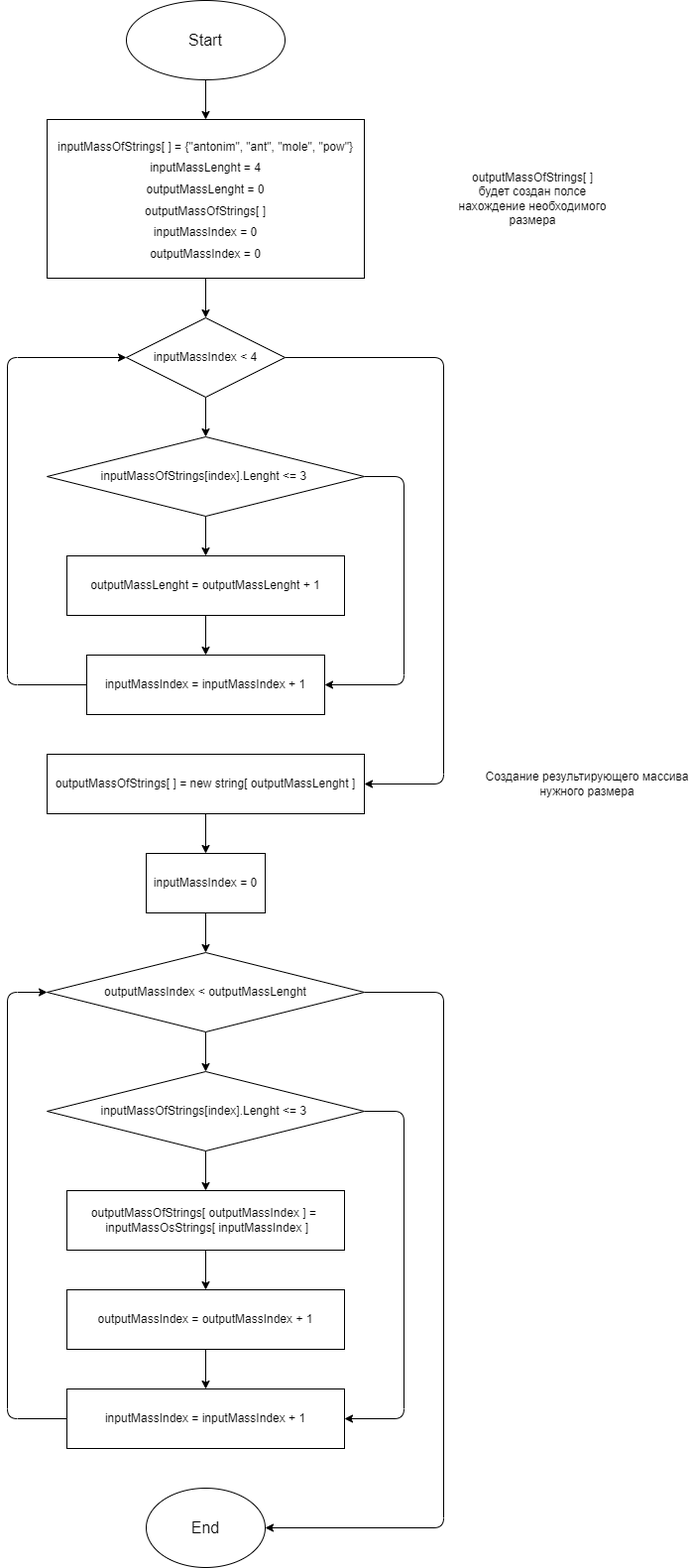
Before: Блок-схема.drawio.png, a diagram exported from draw.io (Chell406/Total-project-GB). Source tidied: cells renumbered, new cells last; positions are measured from the earlier drawing's top-left corner, leaving out a move shared by most shapes. Source of this version:
```xml
<mxGraphModel>
  <root>
    <mxCell id="0" />
    <mxCell id="1" parent="0" />
    <mxCell id="2" style="edgeStyle=none;html=1;fontSize=18;" parent="1" edge="1" source="3" target="5">
      <mxGeometry relative="1" as="geometry" />
    </mxCell>
    <mxCell id="3" value="&lt;font size=&quot;3&quot;&gt;Start&lt;/font&gt;" style="ellipse;whiteSpace=wrap;html=1;" parent="1" vertex="1">
      <mxGeometry x="120" width="160" height="80" as="geometry" />
    </mxCell>
    <mxCell id="4" style="edgeStyle=none;html=1;fontSize=12;" parent="1" edge="1" source="5" target="8">
      <mxGeometry relative="1" as="geometry" />
    </mxCell>
    <mxCell id="5" value="&lt;font style=&quot;font-size: 12px&quot;&gt;inputMassOfStrings[ ] = {&quot;antonim&quot;, &quot;ant&quot;, &quot;mole&quot;, &quot;pow&quot;}&lt;br&gt;inputMassLenght = 4&lt;br&gt;outputMassLenght = 0&lt;br&gt;outputMassOfStrings[ ]&lt;br&gt;inputMassIndex = 0&lt;br&gt;outputMassIndex = 0&lt;br&gt;&lt;/font&gt;" style="rounded=0;whiteSpace=wrap;html=1;fontSize=18;" parent="1" vertex="1">
      <mxGeometry x="40" y="120" width="320" height="160" as="geometry" />
    </mxCell>
    <mxCell id="6" style="edgeStyle=none;html=1;fontSize=12;" parent="1" edge="1" source="8" target="13">
      <mxGeometry relative="1" as="geometry" />
    </mxCell>
    <mxCell id="7" style="edgeStyle=none;html=1;fontSize=12;exitX=1;exitY=0.5;exitDx=0;exitDy=0;entryX=1;entryY=0.5;entryDx=0;entryDy=0;" parent="1" edge="1" source="8" target="17">
      <mxGeometry relative="1" as="geometry">
        <Array as="points">
          <mxPoint x="440" y="360" />
          <mxPoint x="440" y="790" />
        </Array>
      </mxGeometry>
    </mxCell>
    <mxCell id="8" value="inputMassIndex &amp;lt; 4" style="rhombus;whiteSpace=wrap;html=1;fontSize=12;" parent="1" vertex="1">
      <mxGeometry x="120" y="320" width="160" height="80" as="geometry" />
    </mxCell>
    <mxCell id="9" style="edgeStyle=none;html=1;entryX=0;entryY=0.5;entryDx=0;entryDy=0;fontSize=12;" parent="1" edge="1" source="10" target="8">
      <mxGeometry relative="1" as="geometry">
        <Array as="points">
          <mxPoint y="690" />
          <mxPoint y="360" />
        </Array>
      </mxGeometry>
    </mxCell>
    <mxCell id="10" value="inputMassIndex = inputMassIndex&amp;nbsp;+ 1" style="rounded=0;whiteSpace=wrap;html=1;fontSize=12;" parent="1" vertex="1">
      <mxGeometry x="80" y="660" width="240" height="60" as="geometry" />
    </mxCell>
    <mxCell id="11" style="edgeStyle=none;html=1;fontSize=12;" parent="1" edge="1" source="13" target="15">
      <mxGeometry relative="1" as="geometry" />
    </mxCell>
    <mxCell id="12" style="edgeStyle=none;html=1;entryX=1;entryY=0.5;entryDx=0;entryDy=0;fontSize=12;exitX=1;exitY=0.5;exitDx=0;exitDy=0;" parent="1" edge="1" source="13" target="10">
      <mxGeometry relative="1" as="geometry">
        <Array as="points">
          <mxPoint x="400" y="480" />
          <mxPoint x="400" y="690" />
        </Array>
      </mxGeometry>
    </mxCell>
    <mxCell id="13" value="&lt;span&gt;inputMassOfStrings[index].Lenght &amp;lt;= 3&amp;nbsp;&lt;/span&gt;" style="rhombus;whiteSpace=wrap;html=1;fontSize=12;" parent="1" vertex="1">
      <mxGeometry x="40" y="440" width="320" height="80" as="geometry" />
    </mxCell>
    <mxCell id="14" style="edgeStyle=none;html=1;fontSize=12;" parent="1" edge="1" source="15" target="10">
      <mxGeometry relative="1" as="geometry" />
    </mxCell>
    <mxCell id="15" value="outputMassLenght = outputMassLenght + 1" style="rounded=0;whiteSpace=wrap;html=1;fontSize=12;" parent="1" vertex="1">
      <mxGeometry x="60" y="560" width="280" height="60" as="geometry" />
    </mxCell>
    <mxCell id="16" style="edgeStyle=none;html=1;fontSize=12;" parent="1" edge="1" source="17" target="20">
      <mxGeometry relative="1" as="geometry" />
    </mxCell>
    <mxCell id="17" value="outputMassOfStrings[ ] = new string[ outputMassLenght ]" style="rounded=0;whiteSpace=wrap;html=1;fontSize=12;" parent="1" vertex="1">
      <mxGeometry x="40" y="760" width="320" height="60" as="geometry" />
    </mxCell>
    <mxCell id="18" value="Создание результирующего массива нужного размера" style="text;html=1;strokeColor=none;fillColor=none;align=center;verticalAlign=middle;whiteSpace=wrap;rounded=0;fontSize=12;" parent="1" vertex="1">
      <mxGeometry x="480" y="775" width="210" height="30" as="geometry" />
    </mxCell>
    <mxCell id="19" style="edgeStyle=none;html=1;fontSize=12;" parent="1" edge="1" source="20" target="23">
      <mxGeometry relative="1" as="geometry" />
    </mxCell>
    <mxCell id="20" value="inputMassIndex = 0" style="rounded=0;whiteSpace=wrap;html=1;fontSize=12;" parent="1" vertex="1">
      <mxGeometry x="140" y="860" width="120" height="60" as="geometry" />
    </mxCell>
    <mxCell id="21" style="edgeStyle=none;html=1;fontSize=12;" parent="1" edge="1" source="23" target="28">
      <mxGeometry relative="1" as="geometry" />
    </mxCell>
    <mxCell id="22" style="edgeStyle=none;html=1;fontSize=12;exitX=1;exitY=0.5;exitDx=0;exitDy=0;entryX=1;entryY=0.5;entryDx=0;entryDy=0;" parent="1" edge="1" source="23" target="34">
      <mxGeometry relative="1" as="geometry">
        <Array as="points">
          <mxPoint x="440" y="1000" />
          <mxPoint x="440" y="1540" />
        </Array>
      </mxGeometry>
    </mxCell>
    <mxCell id="23" value="outputMassIndex &amp;lt; outputMassLenght" style="rhombus;whiteSpace=wrap;html=1;fontSize=12;" parent="1" vertex="1">
      <mxGeometry x="40" y="960" width="320" height="80" as="geometry" />
    </mxCell>
    <mxCell id="24" style="edgeStyle=none;html=1;fontSize=12;" parent="1" edge="1" source="25" target="32">
      <mxGeometry relative="1" as="geometry" />
    </mxCell>
    <mxCell id="25" value="outputMassIndex = outputMassIndex + 1" style="rounded=0;whiteSpace=wrap;html=1;fontSize=12;" parent="1" vertex="1">
      <mxGeometry x="60" y="1300" width="280" height="60" as="geometry" />
    </mxCell>
    <mxCell id="26" style="edgeStyle=none;html=1;fontSize=12;" parent="1" edge="1" source="28" target="30">
      <mxGeometry relative="1" as="geometry" />
    </mxCell>
    <mxCell id="27" style="edgeStyle=none;html=1;entryX=1;entryY=0.5;entryDx=0;entryDy=0;fontSize=12;exitX=1;exitY=0.5;exitDx=0;exitDy=0;" parent="1" edge="1" source="28" target="32">
      <mxGeometry relative="1" as="geometry">
        <Array as="points">
          <mxPoint x="400" y="1120" />
          <mxPoint x="400" y="1430" />
        </Array>
      </mxGeometry>
    </mxCell>
    <mxCell id="28" value="&lt;span&gt;inputMassOfStrings[index].Lenght &amp;lt;= 3&amp;nbsp;&lt;/span&gt;" style="rhombus;whiteSpace=wrap;html=1;fontSize=12;" parent="1" vertex="1">
      <mxGeometry x="40" y="1080" width="320" height="80" as="geometry" />
    </mxCell>
    <mxCell id="29" style="edgeStyle=none;html=1;fontSize=12;" parent="1" edge="1" source="30" target="25">
      <mxGeometry relative="1" as="geometry" />
    </mxCell>
    <mxCell id="30" value="outputMassOfStrings[ outputMassIndex ] =&amp;nbsp; &amp;nbsp;inputMassOsStrings[ inputMassIndex ]" style="rounded=0;whiteSpace=wrap;html=1;fontSize=12;" parent="1" vertex="1">
      <mxGeometry x="60" y="1200" width="280" height="60" as="geometry" />
    </mxCell>
    <mxCell id="31" style="edgeStyle=none;html=1;entryX=0;entryY=0.5;entryDx=0;entryDy=0;fontSize=12;" parent="1" edge="1" source="32" target="23">
      <mxGeometry relative="1" as="geometry">
        <Array as="points">
          <mxPoint y="1430" />
          <mxPoint y="1000" />
        </Array>
      </mxGeometry>
    </mxCell>
    <mxCell id="32" value="inputMassIndex = inputMassIndex + 1" style="rounded=0;whiteSpace=wrap;html=1;fontSize=12;" parent="1" vertex="1">
      <mxGeometry x="60" y="1400" width="280" height="60" as="geometry" />
    </mxCell>
    <mxCell id="33" value="outputMassOfStrings[ ]&lt;br&gt;будет создан полсе нахождение необходимого размера" style="text;html=1;strokeColor=none;fillColor=none;align=center;verticalAlign=middle;whiteSpace=wrap;rounded=0;fontSize=12;" parent="1" vertex="1">
      <mxGeometry x="440" y="157.5" width="180" height="85" as="geometry" />
    </mxCell>
    <mxCell id="34" value="&lt;font size=&quot;3&quot;&gt;End&lt;/font&gt;" style="ellipse;whiteSpace=wrap;html=1;fontSize=12;" parent="1" vertex="1">
      <mxGeometry x="140" y="1500" width="120" height="80" as="geometry" />
    </mxCell>
  </root>
</mxGraphModel>
```
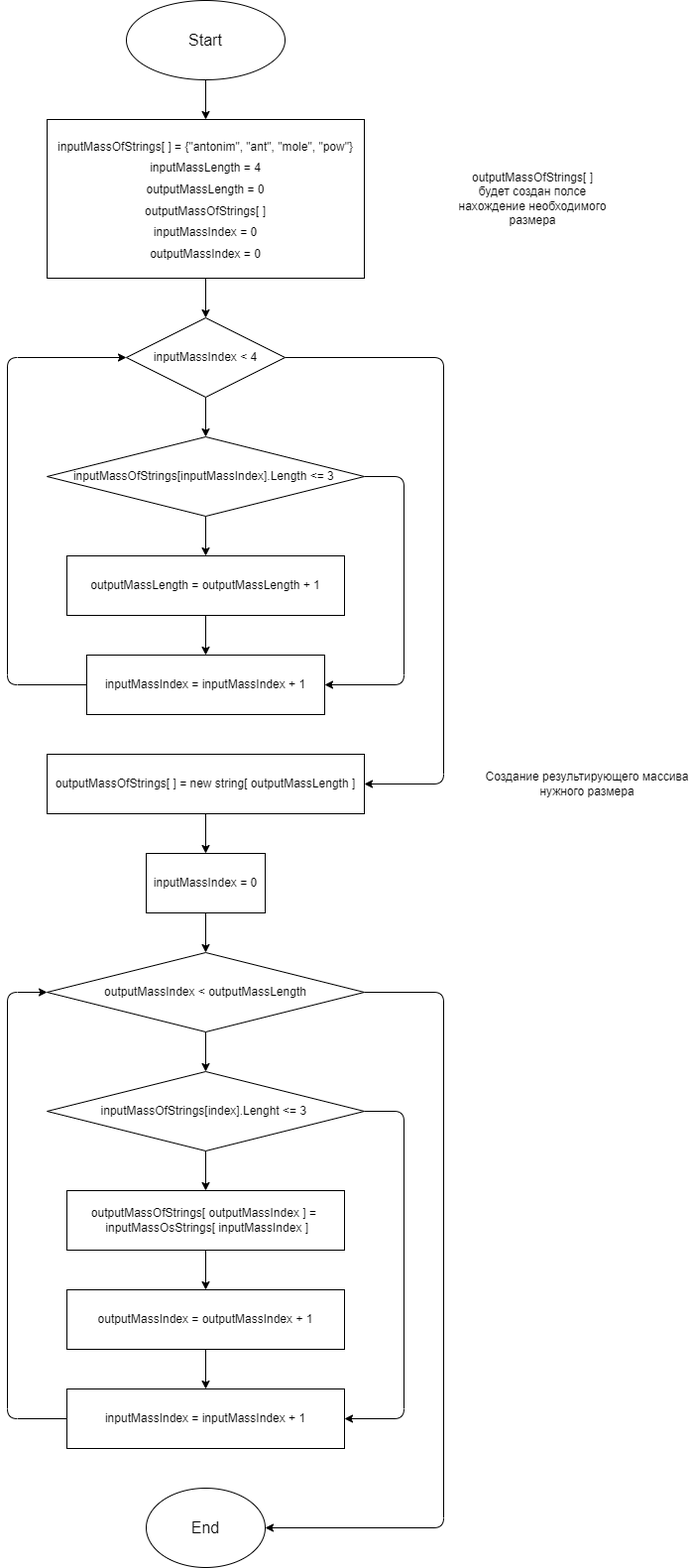
After the commit.

Commit message:
Исправил Lenght на Length в именах переменных

The edit, as a diff of the source:
```diff
@@ -11,7 +11,7 @@
     <mxCell id="4" style="edgeStyle=none;html=1;fontSize=12;" parent="1" edge="1" source="5" target="8">
       <mxGeometry relative="1" as="geometry" />
     </mxCell>
-    <mxCell id="5" value="&lt;font style=&quot;font-size: 12px&quot;&gt;inputMassOfStrings[ ] = {&quot;antonim&quot;, &quot;ant&quot;, &quot;mole&quot;, &quot;pow&quot;}&lt;br&gt;inputMassLenght = 4&lt;br&gt;outputMassLenght = 0&lt;br&gt;outputMassOfStrings[ ]&lt;br&gt;inputMassIndex = 0&lt;br&gt;outputMassIndex = 0&lt;br&gt;&lt;/font&gt;" style="rounded=0;whiteSpace=wrap;html=1;fontSize=18;" parent="1" vertex="1">
+    <mxCell id="5" value="&lt;font style=&quot;font-size: 12px&quot;&gt;inputMassOfStrings[ ] = {&quot;antonim&quot;, &quot;ant&quot;, &quot;mole&quot;, &quot;pow&quot;}&lt;br&gt;inputMassLength = 4&lt;br&gt;outputMassLength = 0&lt;br&gt;outputMassOfStrings[ ]&lt;br&gt;inputMassIndex = 0&lt;br&gt;outputMassIndex = 0&lt;br&gt;&lt;/font&gt;" style="rounded=0;whiteSpace=wrap;html=1;fontSize=18;" parent="1" vertex="1">
       <mxGeometry x="40" y="120" width="320" height="160" as="geometry" />
     </mxCell>
     <mxCell id="6" style="edgeStyle=none;html=1;fontSize=12;" parent="1" edge="1" source="8" target="13">
@@ -50,19 +50,19 @@
         </Array>
       </mxGeometry>
     </mxCell>
-    <mxCell id="13" value="&lt;span&gt;inputMassOfStrings[index].Lenght &amp;lt;= 3&amp;nbsp;&lt;/span&gt;" style="rhombus;whiteSpace=wrap;html=1;fontSize=12;" parent="1" vertex="1">
+    <mxCell id="13" value="&lt;span&gt;inputMassOfStrings[inputMassIndex].Length &amp;lt;= 3&amp;nbsp;&lt;/span&gt;" style="rhombus;whiteSpace=wrap;html=1;fontSize=12;" parent="1" vertex="1">
       <mxGeometry x="40" y="440" width="320" height="80" as="geometry" />
     </mxCell>
     <mxCell id="14" style="edgeStyle=none;html=1;fontSize=12;" parent="1" edge="1" source="15" target="10">
       <mxGeometry relative="1" as="geometry" />
     </mxCell>
-    <mxCell id="15" value="outputMassLenght = outputMassLenght + 1" style="rounded=0;whiteSpace=wrap;html=1;fontSize=12;" parent="1" vertex="1">
+    <mxCell id="15" value="outputMassLength = outputMassLength + 1" style="rounded=0;whiteSpace=wrap;html=1;fontSize=12;" parent="1" vertex="1">
       <mxGeometry x="60" y="560" width="280" height="60" as="geometry" />
     </mxCell>
     <mxCell id="16" style="edgeStyle=none;html=1;fontSize=12;" parent="1" edge="1" source="17" target="20">
       <mxGeometry relative="1" as="geometry" />
     </mxCell>
-    <mxCell id="17" value="outputMassOfStrings[ ] = new string[ outputMassLenght ]" style="rounded=0;whiteSpace=wrap;html=1;fontSize=12;" parent="1" vertex="1">
+    <mxCell id="17" value="outputMassOfStrings[ ] = new string[ outputMassLength ]" style="rounded=0;whiteSpace=wrap;html=1;fontSize=12;" parent="1" vertex="1">
       <mxGeometry x="40" y="760" width="320" height="60" as="geometry" />
     </mxCell>
     <mxCell id="18" value="Создание результирующего массива нужного размера" style="text;html=1;strokeColor=none;fillColor=none;align=center;verticalAlign=middle;whiteSpace=wrap;rounded=0;fontSize=12;" parent="1" vertex="1">
@@ -85,7 +85,7 @@
         </Array>
       </mxGeometry>
     </mxCell>
-    <mxCell id="23" value="outputMassIndex &amp;lt; outputMassLenght" style="rhombus;whiteSpace=wrap;html=1;fontSize=12;" parent="1" vertex="1">
+    <mxCell id="23" value="outputMassIndex &amp;lt; outputMassLength" style="rhombus;whiteSpace=wrap;html=1;fontSize=12;" parent="1" vertex="1">
       <mxGeometry x="40" y="960" width="320" height="80" as="geometry" />
     </mxCell>
     <mxCell id="24" style="edgeStyle=none;html=1;fontSize=12;" parent="1" edge="1" source="25" target="32">
```
